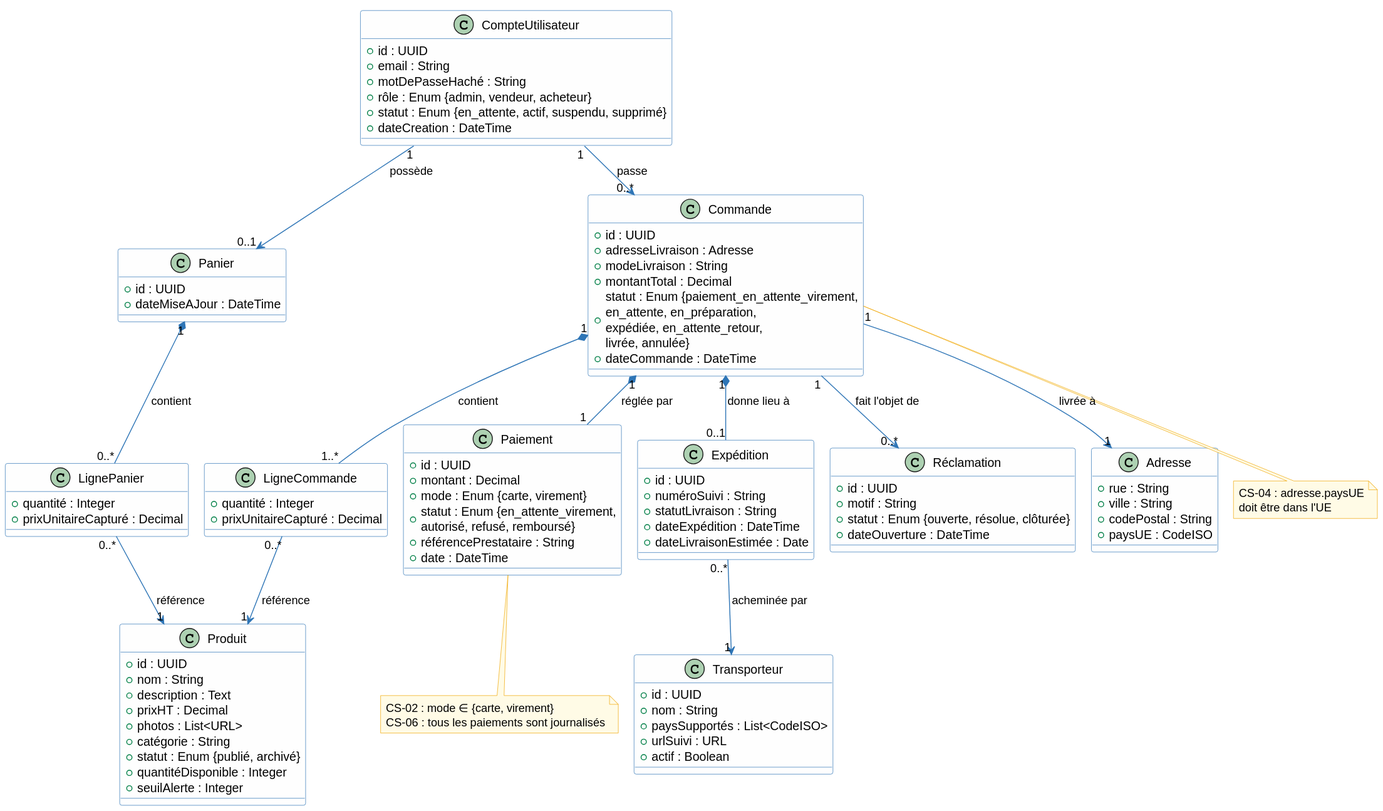
Before: architecture/02-system-analysis/diagrams/sa-classes.svg, a diagram exported from PlantUML (louistalvande/online_shop).
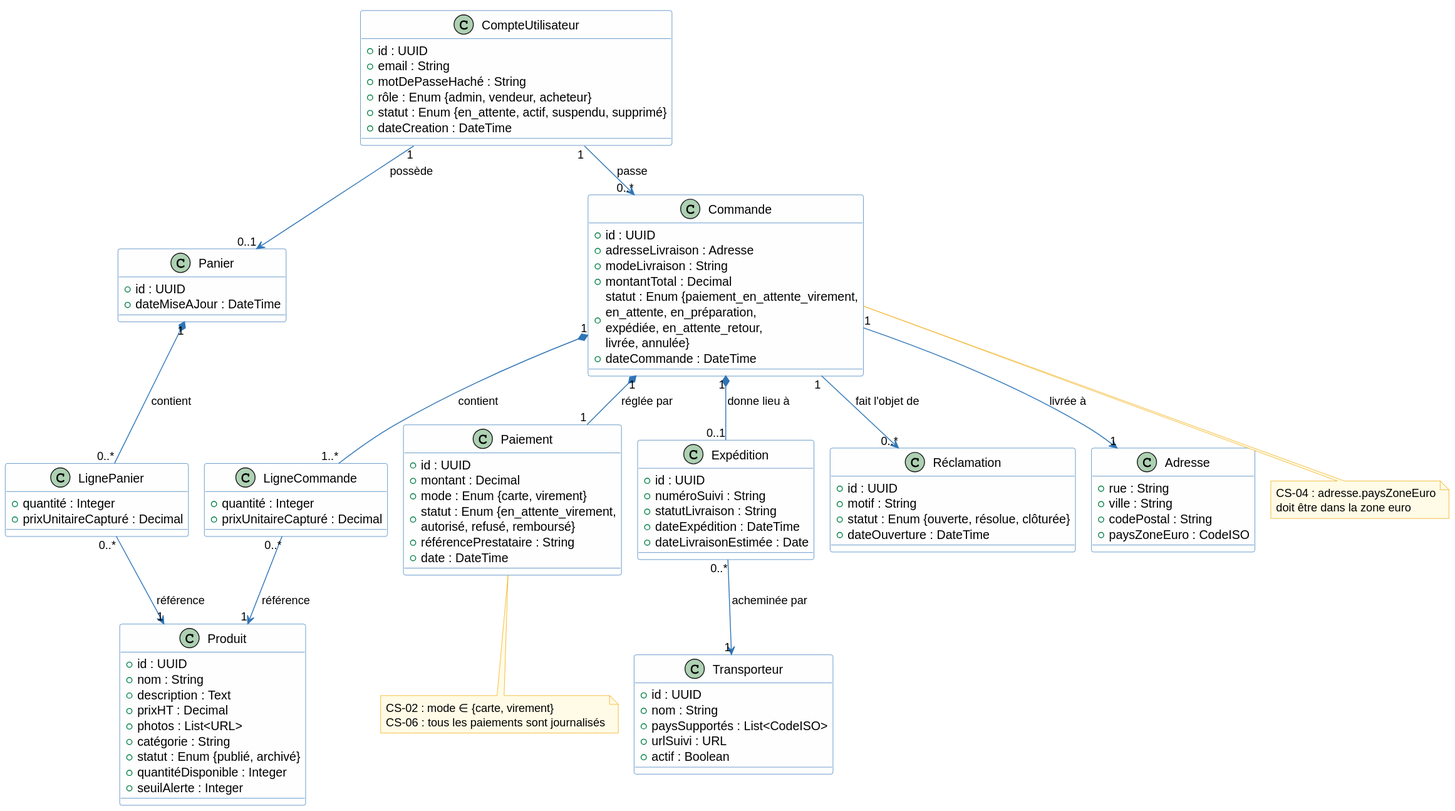
The same diagram one commit later.

Change to the diagram source:
```diff
@@ -86,7 +86,7 @@
   + rue : String
   + ville : String
   + codePostal : String
-  + paysUE : CodeISO
+  + paysZoneEuro : CodeISO
 }
 
 CompteUtilisateur "1" --> "0..1" Panier : possède
@@ -102,8 +102,8 @@
 Expédition "0..*" --> "1" Transporteur : acheminée par
 
 note bottom of Commande
-  CS-04 : adresse.paysUE
-  doit être dans l'UE
+  CS-04 : adresse.paysZoneEuro
+  doit être dans la zone euro
 end note
 
 note bottom of Paiement
```
